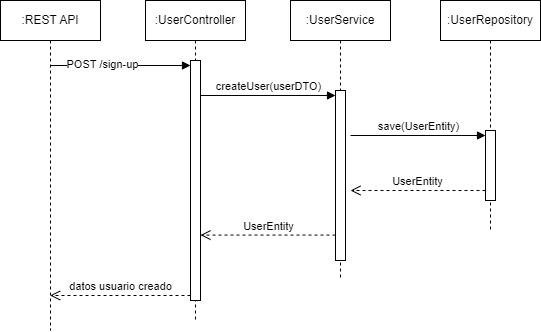
The draw.io diagram doc/signup-secuence-diagram.png in jlcavieres/evalbci, before a commit. Source tidied: cells renumbered, new cells last; positions are measured from the earlier drawing's top-left corner, leaving out a move shared by most shapes.
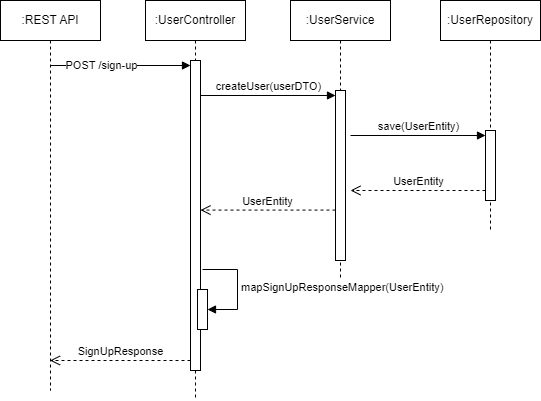
After the commit.

Change to the diagram source:
```diff
@@ -3,10 +3,10 @@
     <mxCell id="0" />
     <mxCell id="1" parent="0" />
     <mxCell id="2" value=":UserController" style="shape=umlLifeline;perimeter=lifelinePerimeter;whiteSpace=wrap;html=1;newEdgeStyle={&quot;curved&quot;:0,&quot;rounded&quot;:0};" parent="1" vertex="1">
-      <mxGeometry x="145" width="100" height="320" as="geometry" />
+      <mxGeometry x="145" width="100" height="400" as="geometry" />
     </mxCell>
     <mxCell id="3" style="html=1;points=[[0,0,0,0,5],[0,1,0,0,-5],[1,0,0,0,5],[1,1,0,0,-5]];perimeter=orthogonalPerimeter;outlineConnect=0;targetShapes=umlLifeline;portConstraint=eastwest;newEdgeStyle={&quot;curved&quot;:0,&quot;rounded&quot;:0};" parent="1" vertex="1">
-      <mxGeometry x="190" y="60" width="10" height="240" as="geometry" />
+      <mxGeometry x="190" y="60" width="10" height="310" as="geometry" />
     </mxCell>
     <mxCell id="4" style="html=1;verticalAlign=bottom;endArrow=block;curved=0;rounded=0;entryX=0;entryY=0;entryDx=0;entryDy=5;" parent="1" edge="1" source="14" target="3">
       <mxGeometry relative="1" as="geometry" />
@@ -14,8 +14,11 @@
     <mxCell id="5" value="POST /sign-up" style="edgeLabel;html=1;align=center;verticalAlign=middle;" parent="4" vertex="1">
       <mxGeometry x="-0.27" y="1" relative="1" as="geometry" />
     </mxCell>
-    <mxCell id="6" value="datos usuario creado" style="html=1;verticalAlign=bottom;endArrow=open;dashed=1;endSize=8;curved=0;rounded=0;exitX=0;exitY=1;exitDx=0;exitDy=-5;" parent="1" edge="1" source="3" target="14">
-      <mxGeometry relative="1" as="geometry" />
+    <mxCell id="6" value="SignUpResponse" style="html=1;verticalAlign=bottom;endArrow=open;dashed=1;endSize=8;curved=0;rounded=0;exitX=0;exitY=1;exitDx=0;exitDy=-5;" parent="1" edge="1">
+      <mxGeometry relative="1" as="geometry">
+        <mxPoint x="190" y="360" as="sourcePoint" />
+        <mxPoint x="49.5" y="360" as="targetPoint" />
+      </mxGeometry>
     </mxCell>
     <mxCell id="7" value=":UserService" style="shape=umlLifeline;perimeter=lifelinePerimeter;whiteSpace=wrap;html=1;newEdgeStyle={&quot;curved&quot;:0,&quot;rounded&quot;:0};" parent="1" vertex="1">
       <mxGeometry x="290" width="100" height="280" as="geometry" />
@@ -25,8 +28,8 @@
     </mxCell>
     <mxCell id="9" value="UserEntity" style="html=1;verticalAlign=bottom;endArrow=open;dashed=1;endSize=8;curved=0;rounded=0;exitX=0;exitY=1;exitDx=0;exitDy=-5;" parent="7" edge="1">
       <mxGeometry relative="1" as="geometry">
-        <mxPoint x="45" y="234.6" as="sourcePoint" />
-        <mxPoint x="-90" y="234.6" as="targetPoint" />
+        <mxPoint x="45" y="209.6" as="sourcePoint" />
+        <mxPoint x="-90" y="209.6" as="targetPoint" />
       </mxGeometry>
     </mxCell>
     <mxCell id="10" value=":UserRepository" style="shape=umlLifeline;perimeter=lifelinePerimeter;whiteSpace=wrap;html=1;newEdgeStyle={&quot;curved&quot;:0,&quot;rounded&quot;:0};" parent="1" vertex="1">
@@ -47,10 +50,22 @@
       </mxGeometry>
     </mxCell>
     <mxCell id="14" value=":REST API" style="shape=umlLifeline;perimeter=lifelinePerimeter;whiteSpace=wrap;html=1;outlineConnect=0;portConstraint=eastwest;newEdgeStyle={&quot;curved&quot;:0,&quot;rounded&quot;:0};" parent="1" vertex="1">
-      <mxGeometry width="100" height="330" as="geometry" />
+      <mxGeometry width="100" height="390" as="geometry" />
     </mxCell>
     <mxCell id="15" value="createUser(userDTO)" style="html=1;verticalAlign=bottom;endArrow=block;curved=0;rounded=0;entryX=0;entryY=0;entryDx=0;entryDy=5;" parent="1" edge="1" source="3" target="8">
       <mxGeometry relative="1" as="geometry" />
     </mxCell>
+    <mxCell id="16" style="html=1;points=[[0,0,0,0,5],[0,1,0,0,-5],[1,0,0,0,5],[1,1,0,0,-5]];perimeter=orthogonalPerimeter;outlineConnect=0;targetShapes=umlLifeline;portConstraint=eastwest;newEdgeStyle={&quot;curved&quot;:0,&quot;rounded&quot;:0};" parent="1" vertex="1">
+      <mxGeometry x="197" y="289" width="10" height="40" as="geometry" />
+    </mxCell>
+    <mxCell id="17" value="mapSignUpResponseMapper(UserEntity)" style="html=1;align=left;spacingLeft=2;endArrow=block;rounded=0;edgeStyle=orthogonalEdgeStyle;curved=0;rounded=0;" parent="1" edge="1" target="16">
+      <mxGeometry relative="1" as="geometry">
+        <mxPoint x="202" y="269" as="sourcePoint" />
+        <Array as="points">
+          <mxPoint x="237" y="269" />
+          <mxPoint x="237" y="309" />
+        </Array>
+      </mxGeometry>
+    </mxCell>
   </root>
 </mxGraphModel>
```
